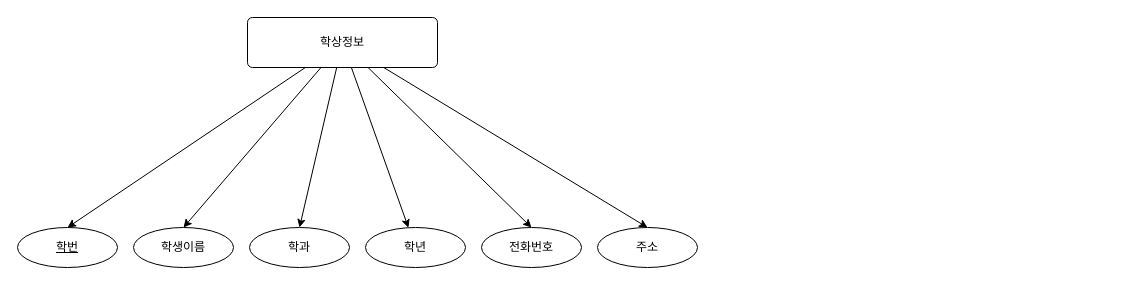
Before: Oracle/학생정보.drawio in callor/Biz-DBMS-2024-505-07, a draw.io diagram. Source tidied: cells renumbered, new cells numbered last; positions are measured from the earlier drawing's top-left corner, leaving out a move shared by most shapes. Both pictures are drawn from the tidied source at 100%, with x=0, y=0 at pixel (17, 17).
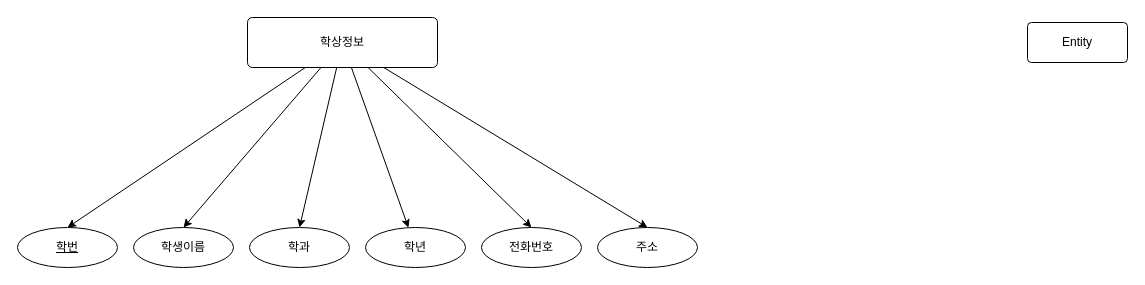
The same diagram, later.

Change to the diagram source:
```diff
@@
 <mxGraphModel>
   <root>
     <mxCell id="0" />
     <mxCell id="1" parent="0" />
     <mxCell id="2" style="rounded=0;jettySize=auto;html=1;entryX=0.5;entryY=0;entryDx=0;entryDy=0;" parent="1" edge="1" source="8" target="9">
       <mxGeometry relative="1" as="geometry" />
     </mxCell>
     <mxCell id="3" style="rounded=0;jettySize=auto;html=1;entryX=0.5;entryY=0;entryDx=0;entryDy=0;" parent="1" edge="1" source="8" target="10">
       <mxGeometry relative="1" as="geometry" />
     </mxCell>
     <mxCell id="4" style="rounded=0;jettySize=auto;html=1;entryX=0.5;entryY=0;entryDx=0;entryDy=0;" parent="1" edge="1" source="8" target="11">
       <mxGeometry relative="1" as="geometry" />
     </mxCell>
     <mxCell id="5" style="rounded=0;jettySize=auto;html=1;" parent="1" edge="1" source="8" target="12">
       <mxGeometry relative="1" as="geometry" />
     </mxCell>
     <mxCell id="6" style="rounded=0;jettySize=auto;html=1;entryX=0.5;entryY=0;entryDx=0;entryDy=0;" parent="1" edge="1" source="8" target="13">
       <mxGeometry relative="1" as="geometry" />
     </mxCell>
     <mxCell id="7" style="rounded=0;jettySize=auto;html=1;entryX=0.5;entryY=0;entryDx=0;entryDy=0;" parent="1" edge="1" source="8" target="14">
       <mxGeometry relative="1" as="geometry" />
     </mxCell>
     <mxCell id="8" value="학상정보" style="rounded=1;arcSize=10;whiteSpace=wrap;html=1;align=center;" parent="1" vertex="1">
       <mxGeometry x="230" width="190" height="50" as="geometry" />
     </mxCell>
     <mxCell id="9" value="학번" style="ellipse;whiteSpace=wrap;html=1;align=center;fontStyle=4;" parent="1" vertex="1">
       <mxGeometry y="210" width="100" height="40" as="geometry" />
     </mxCell>
     <mxCell id="10" value="학생이름" style="ellipse;whiteSpace=wrap;html=1;align=center;" parent="1" vertex="1">
       <mxGeometry x="116" y="210" width="100" height="40" as="geometry" />
     </mxCell>
     <mxCell id="11" value="학과" style="ellipse;whiteSpace=wrap;html=1;align=center;" parent="1" vertex="1">
       <mxGeometry x="232" y="210" width="100" height="40" as="geometry" />
     </mxCell>
     <mxCell id="12" value="학년" style="ellipse;whiteSpace=wrap;html=1;align=center;" parent="1" vertex="1">
       <mxGeometry x="348" y="210" width="100" height="40" as="geometry" />
     </mxCell>
     <mxCell id="13" value="전화번호" style="ellipse;whiteSpace=wrap;html=1;align=center;" parent="1" vertex="1">
       <mxGeometry x="464" y="210" width="100" height="40" as="geometry" />
     </mxCell>
     <mxCell id="14" value="주소" style="ellipse;whiteSpace=wrap;html=1;align=center;" parent="1" vertex="1">
       <mxGeometry x="580" y="210" width="100" height="40" as="geometry" />
     </mxCell>
+    <mxCell id="15" value="Entity" style="rounded=1;arcSize=10;whiteSpace=wrap;html=1;align=center;" parent="1" vertex="1">
+      <mxGeometry x="1010" y="5" width="100" height="40" as="geometry" />
+    </mxCell>
   </root>
 </mxGraphModel>
```
